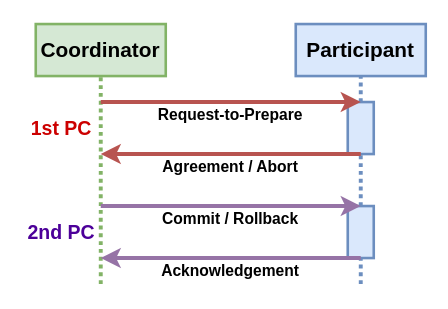
The draw.io diagram diagrams/draw_io/2pc_small.drawio in wuyichen24/system-design-knowledge, before the edit. Source tidied: cells renumbered, new cells numbered last; positions are measured from the earlier drawing's top-left corner, leaving out a move shared by most shapes. Both pictures are drawn from the tidied source at 130%, with x=0, y=0 at pixel (22, 23).
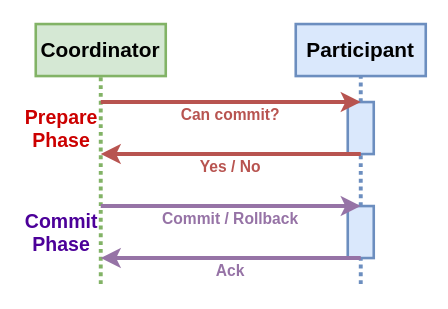
The same diagram, later.

Diff of the diagram source:
```diff
@@
-    <mxCell id="14" value="&lt;font size=&quot;1&quot;&gt;&lt;b style=&quot;font-size: 12px&quot;&gt;Request-to-Prepare&lt;/b&gt;&lt;/font&gt;" style="text;html=1;strokeColor=none;fillColor=none;align=center;verticalAlign=middle;whiteSpace=wrap;rounded=0;" parent="1" vertex="1">
+    <mxCell id="14" value="&lt;b&gt;&lt;font color=&quot;#b85450&quot;&gt;Can commit?&lt;/font&gt;&lt;/b&gt;" style="text;html=1;strokeColor=none;fillColor=none;align=center;verticalAlign=middle;whiteSpace=wrap;rounded=0;" parent="1" vertex="1">
       <mxGeometry x="90" y="60" width="140" height="20" as="geometry" />
     </mxCell>
-    <mxCell id="15" value="&lt;font size=&quot;1&quot;&gt;&lt;b style=&quot;font-size: 12px&quot;&gt;Agreement / Abort&lt;/b&gt;&lt;/font&gt;" style="text;html=1;strokeColor=none;fillColor=none;align=center;verticalAlign=middle;whiteSpace=wrap;rounded=0;" parent="1" vertex="1">
+    <mxCell id="15" value="&lt;font size=&quot;1&quot; color=&quot;#b85450&quot;&gt;&lt;b style=&quot;font-size: 12px&quot;&gt;Yes / No&lt;/b&gt;&lt;/font&gt;" style="text;html=1;strokeColor=none;fillColor=none;align=center;verticalAlign=middle;whiteSpace=wrap;rounded=0;" parent="1" vertex="1">
       <mxGeometry x="90" y="100" width="140" height="20" as="geometry" />
     </mxCell>
-    <mxCell id="16" value="&lt;font size=&quot;1&quot;&gt;&lt;b style=&quot;font-size: 12px&quot;&gt;Commit / Rollback&lt;/b&gt;&lt;/font&gt;" style="text;html=1;strokeColor=none;fillColor=none;align=center;verticalAlign=middle;whiteSpace=wrap;rounded=0;" parent="1" vertex="1">
+    <mxCell id="16" value="&lt;font size=&quot;1&quot; color=&quot;#9673a6&quot;&gt;&lt;b style=&quot;font-size: 12px&quot;&gt;Commit / Rollback&lt;/b&gt;&lt;/font&gt;" style="text;html=1;strokeColor=none;fillColor=none;align=center;verticalAlign=middle;whiteSpace=wrap;rounded=0;" parent="1" vertex="1">
       <mxGeometry x="90" y="140" width="140" height="20" as="geometry" />
     </mxCell>
-    <mxCell id="17" value="&lt;font size=&quot;1&quot;&gt;&lt;b style=&quot;font-size: 12px&quot;&gt;Acknowledgement&lt;/b&gt;&lt;/font&gt;" style="text;html=1;strokeColor=none;fillColor=none;align=center;verticalAlign=middle;whiteSpace=wrap;rounded=0;" parent="1" vertex="1">
+    <mxCell id="17" value="&lt;font size=&quot;1&quot; color=&quot;#9673a6&quot;&gt;&lt;b style=&quot;font-size: 12px&quot;&gt;Ack&lt;/b&gt;&lt;/font&gt;" style="text;html=1;strokeColor=none;fillColor=none;align=center;verticalAlign=middle;whiteSpace=wrap;rounded=0;" parent="1" vertex="1">
       <mxGeometry x="90" y="180" width="140" height="20" as="geometry" />
     </mxCell>
-    <mxCell id="18" value="&lt;font style=&quot;font-size: 15px&quot; color=&quot;#cc0000&quot;&gt;&lt;b&gt;1st PC&lt;/b&gt;&lt;/font&gt;" style="text;html=1;strokeColor=none;fillColor=none;align=center;verticalAlign=middle;whiteSpace=wrap;rounded=0;" parent="1" vertex="1">
-      <mxGeometry y="70" width="60" height="20" as="geometry" />
+    <mxCell id="18" value="&lt;font style=&quot;font-size: 15px&quot; color=&quot;#cc0000&quot;&gt;&lt;b&gt;Prepare&lt;br&gt;Phase&lt;br&gt;&lt;/b&gt;&lt;/font&gt;" style="text;html=1;strokeColor=none;fillColor=none;align=center;verticalAlign=middle;whiteSpace=wrap;rounded=0;" parent="1" vertex="1">
+      <mxGeometry y="60" width="60" height="40" as="geometry" />
     </mxCell>
-    <mxCell id="19" value="&lt;font style=&quot;font-size: 15px&quot; color=&quot;#4c0099&quot;&gt;&lt;b&gt;2nd PC&lt;/b&gt;&lt;/font&gt;" style="text;html=1;strokeColor=none;fillColor=none;align=center;verticalAlign=middle;whiteSpace=wrap;rounded=0;" parent="1" vertex="1">
-      <mxGeometry y="150" width="60" height="20" as="geometry" />
+    <mxCell id="19" value="&lt;font style=&quot;font-size: 15px&quot; color=&quot;#4c0099&quot;&gt;&lt;b&gt;Commit&lt;br&gt;Phase&lt;br&gt;&lt;/b&gt;&lt;/font&gt;" style="text;html=1;strokeColor=none;fillColor=none;align=center;verticalAlign=middle;whiteSpace=wrap;rounded=0;" parent="1" vertex="1">
+      <mxGeometry y="140" width="60" height="40" as="geometry" />
     </mxCell>
```
